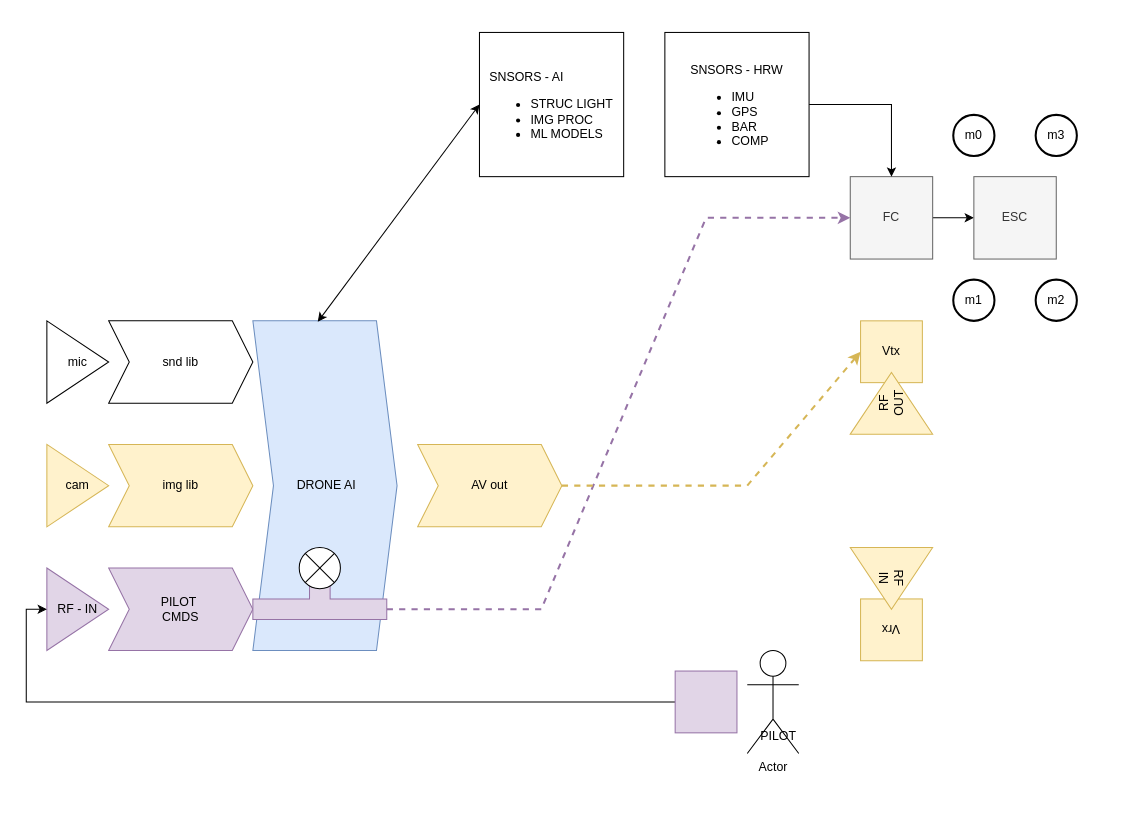
iotech-systems/ai-in-the-loop keeps this draw.io diagram as docs/aiitl-pipe.drawio. Above is the earlier version. Source tidied: cells renumbered, new cells numbered last; positions are measured from the earlier drawing's top-left corner, leaving out a move shared by most shapes. Both pictures are drawn from the tidied source at 103%, with x=0, y=0 at pixel (46, 32).
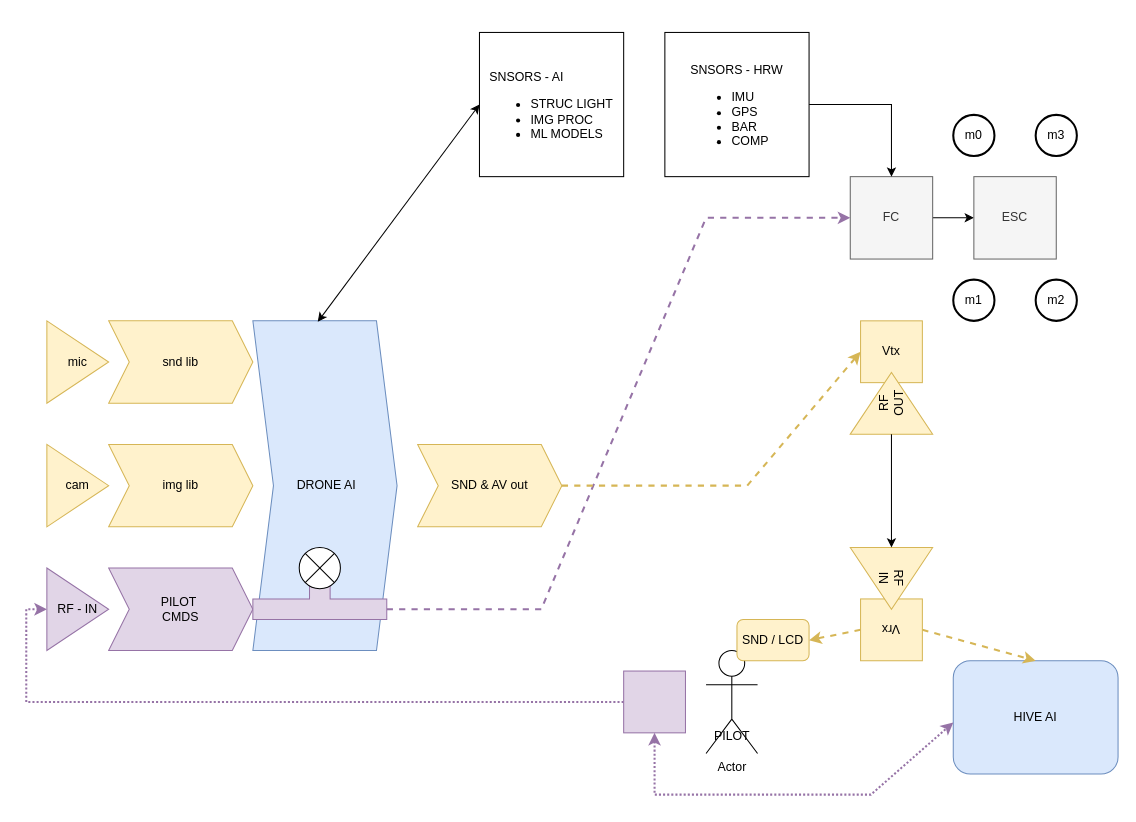
Above is the later version.

The change refers to these unchanged cells:
```xml
<mxCell id="16" value="RF - IN" style="triangle;whiteSpace=wrap;html=1;fillColor=#e1d5e7;strokeColor=#9673a6;" parent="1" vertex="1">
  <mxGeometry y="520" width="60" height="80" as="geometry" />
</mxCell>
<mxCell id="19" value="&lt;div&gt;RF&lt;/div&gt;&lt;div&gt;OUT&lt;/div&gt;" style="triangle;whiteSpace=wrap;html=1;rotation=-90;fillColor=#fff2cc;strokeColor=#d6b656;" parent="1" vertex="1">
  <mxGeometry x="790" y="320" width="60" height="80" as="geometry" />
</mxCell>
<mxCell id="32" value="&lt;div&gt;Vrx&lt;/div&gt;" style="whiteSpace=wrap;html=1;fillColor=#fff2cc;strokeColor=#d6b656;rotation=-180;" parent="31" vertex="1">
  <mxGeometry x="10" y="50" width="60" height="60" as="geometry" />
</mxCell>
<mxCell id="33" value="&lt;div&gt;RF&lt;/div&gt;&lt;div&gt;IN&lt;/div&gt;" style="triangle;whiteSpace=wrap;html=1;rotation=-270;fillColor=#fff2cc;strokeColor=#d6b656;" parent="31" vertex="1">
  <mxGeometry x="10" y="-10" width="60" height="80" as="geometry" />
</mxCell>
```

What changed in the source:
```diff
@@
-    <mxCell id="7" value="mic" style="triangle;whiteSpace=wrap;html=1;" parent="1" vertex="1">
+    <mxCell id="7" value="mic" style="triangle;whiteSpace=wrap;html=1;fillColor=#fff2cc;strokeColor=#d6b656;" parent="1" vertex="1">
       <mxGeometry y="280" width="60" height="80" as="geometry" />
     </mxCell>
-    <mxCell id="8" value="snd lib" style="shape=step;perimeter=stepPerimeter;whiteSpace=wrap;html=1;fixedSize=1;" parent="1" vertex="1">
+    <mxCell id="8" value="snd lib" style="shape=step;perimeter=stepPerimeter;whiteSpace=wrap;html=1;fixedSize=1;fillColor=#fff2cc;strokeColor=#d6b656;" parent="1" vertex="1">
       <mxGeometry x="60" y="280" width="140" height="80" as="geometry" />
     </mxCell>
@@
-    <mxCell id="20" style="edgeStyle=orthogonalEdgeStyle;rounded=0;jettySize=auto;html=1;entryX=0;entryY=0.5;entryDx=0;entryDy=0;exitX=0;exitY=0.5;exitDx=0;exitDy=0;" parent="1" edge="1" source="23" target="16">
+    <mxCell id="20" style="edgeStyle=orthogonalEdgeStyle;rounded=0;jettySize=auto;html=1;entryX=0;entryY=0.5;entryDx=0;entryDy=0;exitX=0;exitY=0.5;exitDx=0;exitDy=0;fillColor=#e1d5e7;strokeColor=#9673a6;strokeWidth=2;dashed=1;dashPattern=1 1;" parent="1" edge="1" source="23" target="16">
       <mxGeometry relative="1" as="geometry" />
     </mxCell>
     <mxCell id="21" value="Actor" style="shape=umlActor;verticalLabelPosition=bottom;verticalAlign=top;html=1;" parent="1" vertex="1">
-      <mxGeometry x="680" y="600" width="50" height="100" as="geometry" />
+      <mxGeometry x="640" y="600" width="50" height="100" as="geometry" />
     </mxCell>
     <mxCell id="22" value="&lt;div&gt;PILOT&lt;/div&gt;" style="text;html=1;align=center;verticalAlign=middle;strokeColor=none;fillColor=none;" parent="1" vertex="1">
-      <mxGeometry x="680" y="668" width="60" height="30" as="geometry" />
+      <mxGeometry x="635" y="668" width="60" height="30" as="geometry" />
     </mxCell>
     <mxCell id="23" style="whiteSpace=wrap;html=1;fillColor=#e1d5e7;strokeColor=#9673a6;" parent="1" vertex="1">
-      <mxGeometry x="610" y="620" width="60" height="60" as="geometry" />
+      <mxGeometry x="560" y="620" width="60" height="60" as="geometry" />
     </mxCell>
@@
-    <mxCell id="29" value="AV out" style="shape=step;perimeter=stepPerimeter;whiteSpace=wrap;html=1;fixedSize=1;fillColor=#fff2cc;strokeColor=#d6b656;" parent="1" vertex="1">
+    <mxCell id="29" value="SND &amp;amp; AV out" style="shape=step;perimeter=stepPerimeter;whiteSpace=wrap;html=1;fixedSize=1;fillColor=#fff2cc;strokeColor=#d6b656;" parent="1" vertex="1">
       <mxGeometry x="360" y="400" width="140" height="80" as="geometry" />
     </mxCell>
@@
+    <mxCell id="35" style="endArrow=classic;html=1;rounded=0;entryX=0;entryY=0.5;entryDx=0;entryDy=0;exitX=0;exitY=0.5;exitDx=0;exitDy=0;" parent="1" edge="1" source="19" target="33">
+      <mxGeometry relative="1" as="geometry" />
+    </mxCell>
+    <mxCell id="36" value="SND / LCD" style="rounded=1;whiteSpace=wrap;html=1;fillColor=#fff2cc;strokeColor=#d6b656;" parent="1" vertex="1">
+      <mxGeometry x="670" y="570" width="70" height="40" as="geometry" />
+    </mxCell>
+    <mxCell id="37" style="endArrow=classic;html=1;rounded=0;entryX=1;entryY=0.5;entryDx=0;entryDy=0;strokeWidth=2;fillColor=#fff2cc;strokeColor=#d6b656;dashed=1;" parent="1" edge="1" target="36">
+      <mxGeometry relative="1" as="geometry">
+        <mxPoint x="790" y="580" as="sourcePoint" />
+      </mxGeometry>
+    </mxCell>
+    <mxCell id="38" value="&lt;div&gt;HIVE AI&lt;/div&gt;" style="rounded=1;whiteSpace=wrap;html=1;fillColor=#dae8fc;strokeColor=#6c8ebf;" parent="1" vertex="1">
+      <mxGeometry x="880" y="610" width="160" height="110" as="geometry" />
+    </mxCell>
+    <mxCell id="39" style="endArrow=classic;html=1;rounded=0;entryX=0.5;entryY=0;entryDx=0;entryDy=0;strokeWidth=2;fillColor=#fff2cc;strokeColor=#d6b656;dashed=1;exitX=0;exitY=0.5;exitDx=0;exitDy=0;" parent="1" edge="1" source="32" target="38">
+      <mxGeometry relative="1" as="geometry" />
+    </mxCell>
+    <mxCell id="40" style="endArrow=classic;startArrow=classic;html=1;rounded=0;exitX=0.5;exitY=1;exitDx=0;exitDy=0;entryX=0;entryY=0.545;entryDx=0;entryDy=0;entryPerimeter=0;strokeWidth=2;fillColor=#e1d5e7;strokeColor=#9673a6;dashed=1;dashPattern=1 1;" parent="1" edge="1" source="23" target="38">
+      <mxGeometry relative="1" as="geometry">
+        <Array as="points">
+          <mxPoint x="590" y="740" />
+          <mxPoint x="800" y="740" />
+        </Array>
+      </mxGeometry>
+    </mxCell>
```
